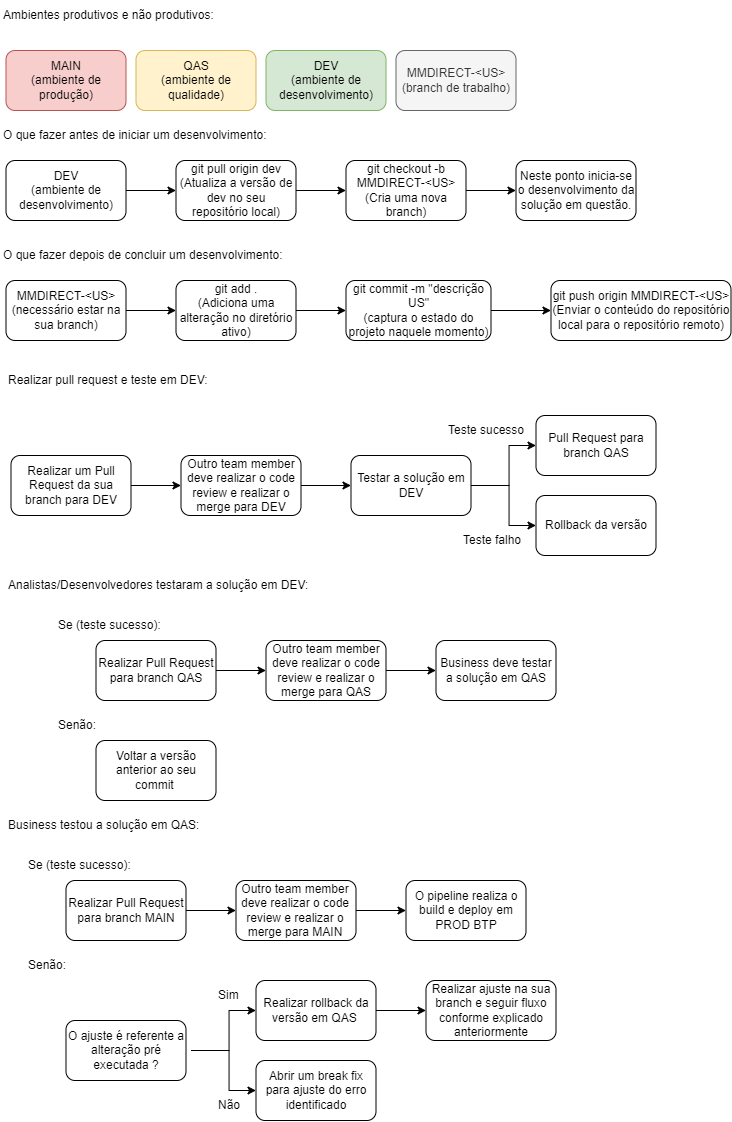
The draw.io diagram Github flow 2.drawio.png in JuRibeiro/github-flow, before a commit. Source tidied: cells renumbered, new cells last; positions are measured from the earlier drawing's top-left corner, leaving out a move shared by most shapes.
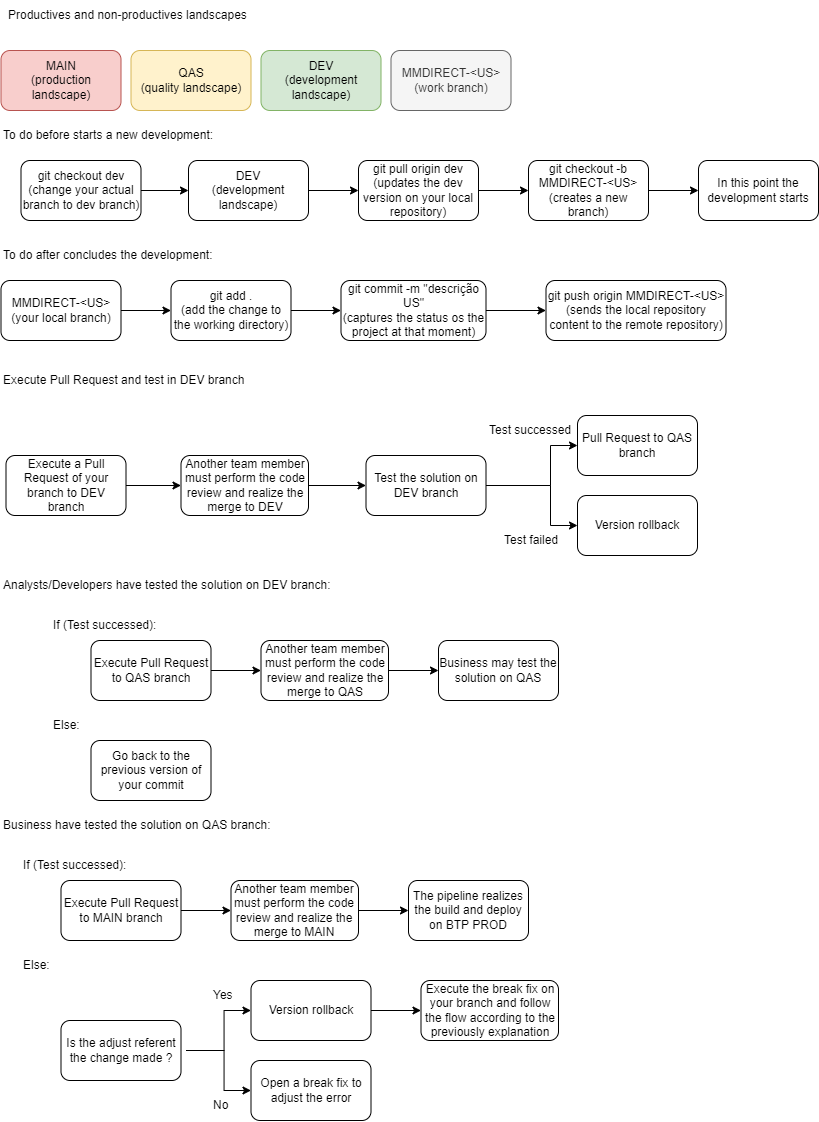
The same file after the commit.

Diff of the diagram source:
```diff
@@ -4,9 +4,9 @@
     <mxCell id="1" parent="0" />
-    <mxCell id="2" value="MAIN&lt;br&gt;(ambiente de produção)" style="rounded=1;whiteSpace=wrap;html=1;fillColor=#f8cecc;strokeColor=#b85450;" parent="1" vertex="1">
+    <mxCell id="2" value="MAIN&lt;br&gt;(production landscape)" style="rounded=1;whiteSpace=wrap;html=1;fillColor=#f8cecc;strokeColor=#b85450;" parent="1" vertex="1">
       <mxGeometry x="4.5" y="50" width="120" height="60" as="geometry" />
     </mxCell>
-    <mxCell id="3" value="QAS&lt;br&gt;(ambiente de qualidade)" style="rounded=1;whiteSpace=wrap;html=1;fillColor=#fff2cc;strokeColor=#d6b656;" parent="1" vertex="1">
+    <mxCell id="3" value="QAS&lt;br&gt;(quality landscape)" style="rounded=1;whiteSpace=wrap;html=1;fillColor=#fff2cc;strokeColor=#d6b656;" parent="1" vertex="1">
       <mxGeometry x="134.5" y="50" width="120" height="60" as="geometry" />
     </mxCell>
-    <mxCell id="4" value="DEV&lt;br&gt;(ambiente de desenvolvimento)" style="rounded=1;whiteSpace=wrap;html=1;fillColor=#d5e8d4;strokeColor=#82b366;" parent="1" vertex="1">
+    <mxCell id="4" value="DEV&lt;br&gt;(development landscape)" style="rounded=1;whiteSpace=wrap;html=1;fillColor=#d5e8d4;strokeColor=#82b366;" parent="1" vertex="1">
       <mxGeometry x="264.5" y="50" width="120" height="60" as="geometry" />
@@ -16,4 +16,4 @@
     </mxCell>
-    <mxCell id="6" value="git pull origin dev&lt;br&gt;(Atualiza a versão de dev no seu repositório local)" style="whiteSpace=wrap;html=1;rounded=1;" parent="1" vertex="1">
-      <mxGeometry x="174.5" y="160" width="120" height="60" as="geometry" />
+    <mxCell id="6" value="git pull origin dev&lt;br&gt;(updates the dev version on your local repository)" style="whiteSpace=wrap;html=1;rounded=1;" parent="1" vertex="1">
+      <mxGeometry x="362" y="160" width="120" height="60" as="geometry" />
     </mxCell>
@@ -22,4 +22,4 @@
     </mxCell>
-    <mxCell id="8" value="DEV&lt;br&gt;(ambiente de desenvolvimento)" style="rounded=1;whiteSpace=wrap;html=1;" parent="1" vertex="1">
-      <mxGeometry x="4.5" y="160" width="120" height="60" as="geometry" />
+    <mxCell id="8" value="DEV&lt;br&gt;(development landscape)" style="rounded=1;whiteSpace=wrap;html=1;" parent="1" vertex="1">
+      <mxGeometry x="192" y="160" width="120" height="60" as="geometry" />
     </mxCell>
@@ -28,16 +28,16 @@
     </mxCell>
-    <mxCell id="10" value="git checkout -b MMDIRECT-&amp;lt;US&amp;gt;&lt;br&gt;(Cria uma nova branch)" style="whiteSpace=wrap;html=1;rounded=1;" parent="1" vertex="1">
-      <mxGeometry x="344.5" y="160" width="120" height="60" as="geometry" />
+    <mxCell id="10" value="git checkout -b MMDIRECT-&amp;lt;US&amp;gt;&lt;br&gt;(creates a new branch)" style="whiteSpace=wrap;html=1;rounded=1;" parent="1" vertex="1">
+      <mxGeometry x="532" y="160" width="120" height="60" as="geometry" />
     </mxCell>
-    <mxCell id="11" value="Neste ponto inicia-se o desenvolvimento da solução em questão." style="whiteSpace=wrap;html=1;rounded=1;" parent="1" vertex="1">
-      <mxGeometry x="514.5" y="160" width="120" height="60" as="geometry" />
+    <mxCell id="11" value="In this point the development starts" style="whiteSpace=wrap;html=1;rounded=1;" parent="1" vertex="1">
+      <mxGeometry x="702" y="160" width="120" height="60" as="geometry" />
     </mxCell>
-    <mxCell id="12" value="Ambientes produtivos e não produtivos:" style="text;html=1;strokeColor=none;fillColor=none;align=left;verticalAlign=middle;whiteSpace=wrap;rounded=0;" parent="1" vertex="1">
-      <mxGeometry x="-0.5" width="230" height="30" as="geometry" />
+    <mxCell id="12" value="Productives and non-productives landscapes" style="text;html=1;strokeColor=none;fillColor=none;align=left;verticalAlign=middle;whiteSpace=wrap;rounded=0;" parent="1" vertex="1">
+      <mxGeometry x="9.5" width="252.5" height="30" as="geometry" />
     </mxCell>
-    <mxCell id="13" value="O que fazer antes de iniciar um desenvolvimento:" style="text;html=1;strokeColor=none;fillColor=none;align=left;verticalAlign=middle;whiteSpace=wrap;rounded=0;" parent="1" vertex="1">
-      <mxGeometry x="-0.5" y="120" width="290" height="30" as="geometry" />
+    <mxCell id="13" value="To do before starts a new development:" style="text;html=1;strokeColor=none;fillColor=none;align=left;verticalAlign=middle;whiteSpace=wrap;rounded=0;" parent="1" vertex="1">
+      <mxGeometry x="4.5" y="120" width="290" height="30" as="geometry" />
     </mxCell>
-    <mxCell id="14" value="O que fazer depois de concluir um desenvolvimento:" style="text;html=1;strokeColor=none;fillColor=none;align=left;verticalAlign=middle;whiteSpace=wrap;rounded=0;" parent="1" vertex="1">
-      <mxGeometry x="-0.5" y="240" width="290" height="30" as="geometry" />
+    <mxCell id="14" value="To do after concludes the development:" style="text;html=1;strokeColor=none;fillColor=none;align=left;verticalAlign=middle;whiteSpace=wrap;rounded=0;" parent="1" vertex="1">
+      <mxGeometry x="4.5" y="240" width="290" height="30" as="geometry" />
     </mxCell>
@@ -46,3 +46,3 @@
     </mxCell>
-    <mxCell id="16" value="git add .&lt;br&gt;(Adiciona uma alteração no diretório ativo)" style="whiteSpace=wrap;html=1;rounded=1;" parent="1" vertex="1">
+    <mxCell id="16" value="git add .&lt;br&gt;(add the change to the working directory)" style="whiteSpace=wrap;html=1;rounded=1;" parent="1" vertex="1">
       <mxGeometry x="174.5" y="280" width="120" height="60" as="geometry" />
@@ -52,3 +52,3 @@
     </mxCell>
-    <mxCell id="18" value="MMDIRECT-&amp;lt;US&amp;gt;&lt;br&gt;(necessário estar na sua branch)" style="rounded=1;whiteSpace=wrap;html=1;" parent="1" vertex="1">
+    <mxCell id="18" value="MMDIRECT-&amp;lt;US&amp;gt;&lt;br&gt;(your local branch)" style="rounded=1;whiteSpace=wrap;html=1;" parent="1" vertex="1">
       <mxGeometry x="4.5" y="280" width="120" height="60" as="geometry" />
@@ -58,6 +58,6 @@
     </mxCell>
-    <mxCell id="20" value="&lt;font style=&quot;font-size: 12px;&quot;&gt;git commit -m &quot;descrição US&quot;&lt;br&gt;(captura o estado do projeto naquele momento)&lt;/font&gt;" style="whiteSpace=wrap;html=1;rounded=1;" parent="1" vertex="1">
+    <mxCell id="20" value="&lt;font style=&quot;font-size: 12px;&quot;&gt;git commit -m &quot;descrição US&quot;&lt;br&gt;(captures the status os the project at that moment)&lt;/font&gt;" style="whiteSpace=wrap;html=1;rounded=1;" parent="1" vertex="1">
       <mxGeometry x="344.5" y="280" width="145" height="60" as="geometry" />
     </mxCell>
-    <mxCell id="21" value="git push origin MMDIRECT-&amp;lt;US&amp;gt;&lt;br&gt;(Enviar o conteúdo do repositório local para o repositório remoto)" style="whiteSpace=wrap;html=1;rounded=1;" parent="1" vertex="1">
+    <mxCell id="21" value="git push origin MMDIRECT-&amp;lt;US&amp;gt;&lt;br&gt;(sends the local repository content to the remote repository)" style="whiteSpace=wrap;html=1;rounded=1;" parent="1" vertex="1">
       <mxGeometry x="549.5" y="280" width="180" height="60" as="geometry" />
@@ -67,4 +67,4 @@
     </mxCell>
-    <mxCell id="23" value="Outro team member deve realizar o code review e realizar o merge para DEV" style="whiteSpace=wrap;html=1;rounded=1;" parent="1" vertex="1">
-      <mxGeometry x="179.5" y="455" width="120" height="60" as="geometry" />
+    <mxCell id="23" value="Another team member must perform the code review and realize the merge to DEV" style="whiteSpace=wrap;html=1;rounded=1;" parent="1" vertex="1">
+      <mxGeometry x="184.5" y="455" width="127.5" height="60" as="geometry" />
     </mxCell>
@@ -73,3 +73,3 @@
     </mxCell>
-    <mxCell id="25" value="Realizar um Pull Request da sua branch para DEV" style="rounded=1;whiteSpace=wrap;html=1;" parent="1" vertex="1">
+    <mxCell id="25" value="Execute a Pull Request of your branch to DEV branch" style="rounded=1;whiteSpace=wrap;html=1;" parent="1" vertex="1">
       <mxGeometry x="9.5" y="455" width="120" height="60" as="geometry" />
@@ -79,4 +79,4 @@
         <Array as="points">
-          <mxPoint x="507.5" y="485" />
-          <mxPoint x="507.5" y="525" />
+          <mxPoint x="554" y="485" />
+          <mxPoint x="554" y="525" />
         </Array>
@@ -84,10 +84,10 @@
     </mxCell>
-    <mxCell id="27" value="Testar a solução em DEV" style="whiteSpace=wrap;html=1;rounded=1;" parent="1" vertex="1">
-      <mxGeometry x="349.5" y="455" width="120" height="60" as="geometry" />
+    <mxCell id="27" value="Test the solution on DEV branch" style="whiteSpace=wrap;html=1;rounded=1;" parent="1" vertex="1">
+      <mxGeometry x="369.5" y="455" width="120" height="60" as="geometry" />
     </mxCell>
-    <mxCell id="28" value="Pull Request para branch QAS" style="whiteSpace=wrap;html=1;rounded=1;" parent="1" vertex="1">
-      <mxGeometry x="534.5" y="415" width="120" height="60" as="geometry" />
+    <mxCell id="28" value="Pull Request to QAS branch" style="whiteSpace=wrap;html=1;rounded=1;" parent="1" vertex="1">
+      <mxGeometry x="581" y="415" width="120" height="60" as="geometry" />
     </mxCell>
-    <mxCell id="29" value="Rollback da versão" style="whiteSpace=wrap;html=1;rounded=1;" parent="1" vertex="1">
-      <mxGeometry x="534.5" y="495" width="120" height="60" as="geometry" />
+    <mxCell id="29" value="Version rollback" style="whiteSpace=wrap;html=1;rounded=1;" parent="1" vertex="1">
+      <mxGeometry x="581" y="495" width="120" height="60" as="geometry" />
     </mxCell>
@@ -95,6 +95,6 @@
       <mxGeometry relative="1" as="geometry">
-        <mxPoint x="534.5" y="445" as="targetPoint" />
+        <mxPoint x="581" y="445" as="targetPoint" />
         <Array as="points">
-          <mxPoint x="507.5" y="485" />
-          <mxPoint x="507.5" y="445" />
+          <mxPoint x="554" y="485" />
+          <mxPoint x="554" y="445" />
         </Array>
@@ -102,15 +102,15 @@
     </mxCell>
-    <mxCell id="31" value="Teste sucesso" style="text;html=1;strokeColor=none;fillColor=none;align=left;verticalAlign=middle;whiteSpace=wrap;rounded=0;" parent="1" vertex="1">
-      <mxGeometry x="444.5" y="415" width="85" height="30" as="geometry" />
+    <mxCell id="31" value="Test successed" style="text;html=1;strokeColor=none;fillColor=none;align=left;verticalAlign=middle;whiteSpace=wrap;rounded=0;" parent="1" vertex="1">
+      <mxGeometry x="491" y="415" width="85" height="30" as="geometry" />
     </mxCell>
-    <mxCell id="32" value="Teste falho" style="text;html=1;strokeColor=none;fillColor=none;align=left;verticalAlign=middle;whiteSpace=wrap;rounded=0;" parent="1" vertex="1">
-      <mxGeometry x="459.5" y="525" width="75" height="30" as="geometry" />
+    <mxCell id="32" value="Test failed" style="text;html=1;strokeColor=none;fillColor=none;align=left;verticalAlign=middle;whiteSpace=wrap;rounded=0;" parent="1" vertex="1">
+      <mxGeometry x="506" y="525" width="75" height="30" as="geometry" />
     </mxCell>
-    <mxCell id="33" value="Realizar pull request e teste em DEV:" style="text;html=1;strokeColor=none;fillColor=none;align=left;verticalAlign=middle;whiteSpace=wrap;rounded=0;" parent="1" vertex="1">
+    <mxCell id="33" value="Execute Pull Request and test in DEV branch" style="text;html=1;strokeColor=none;fillColor=none;align=left;verticalAlign=middle;whiteSpace=wrap;rounded=0;" parent="1" vertex="1">
       <mxGeometry x="4.5" y="365" width="290" height="30" as="geometry" />
     </mxCell>
-    <mxCell id="34" value="Se (teste sucesso):" style="text;html=1;strokeColor=none;fillColor=none;align=left;verticalAlign=middle;whiteSpace=wrap;rounded=0;" parent="1" vertex="1">
+    <mxCell id="34" value="If (Test successed):" style="text;html=1;strokeColor=none;fillColor=none;align=left;verticalAlign=middle;whiteSpace=wrap;rounded=0;" parent="1" vertex="1">
       <mxGeometry x="54.5" y="610" width="290" height="30" as="geometry" />
     </mxCell>
-    <mxCell id="35" value="Senão:" style="text;html=1;strokeColor=none;fillColor=none;align=left;verticalAlign=middle;whiteSpace=wrap;rounded=0;" parent="1" vertex="1">
+    <mxCell id="35" value="Else:" style="text;html=1;strokeColor=none;fillColor=none;align=left;verticalAlign=middle;whiteSpace=wrap;rounded=0;" parent="1" vertex="1">
       <mxGeometry x="54.5" y="710" width="290" height="30" as="geometry" />
@@ -122,3 +122,3 @@
     </mxCell>
-    <mxCell id="37" value="Realizar Pull Request para branch QAS" style="whiteSpace=wrap;html=1;rounded=1;" parent="1" vertex="1">
+    <mxCell id="37" value="Execute Pull Request to QAS branch" style="whiteSpace=wrap;html=1;rounded=1;" parent="1" vertex="1">
       <mxGeometry x="94.5" y="640" width="120" height="60" as="geometry" />
@@ -128,24 +128,24 @@
     </mxCell>
-    <mxCell id="39" value="Outro team member deve realizar o code review e realizar o merge para QAS" style="whiteSpace=wrap;html=1;rounded=1;" parent="1" vertex="1">
-      <mxGeometry x="264.5" y="640" width="120" height="60" as="geometry" />
+    <mxCell id="39" value="Another team member must perform the code review and realize the merge to QAS" style="whiteSpace=wrap;html=1;rounded=1;" parent="1" vertex="1">
+      <mxGeometry x="264.5" y="640" width="127.5" height="60" as="geometry" />
     </mxCell>
-    <mxCell id="40" value="Business deve testar a solução em QAS" style="whiteSpace=wrap;html=1;rounded=1;" parent="1" vertex="1">
-      <mxGeometry x="434.5" y="640" width="120" height="60" as="geometry" />
+    <mxCell id="40" value="Business may test the solution on QAS" style="whiteSpace=wrap;html=1;rounded=1;" parent="1" vertex="1">
+      <mxGeometry x="442" y="640" width="120" height="60" as="geometry" />
     </mxCell>
-    <mxCell id="41" value="Voltar a versão anterior ao seu commit&amp;nbsp;" style="whiteSpace=wrap;html=1;rounded=1;" parent="1" vertex="1">
+    <mxCell id="41" value="Go back to the previous version of your commit" style="whiteSpace=wrap;html=1;rounded=1;" parent="1" vertex="1">
       <mxGeometry x="94.5" y="740" width="120" height="60" as="geometry" />
     </mxCell>
-    <mxCell id="42" value="MMDIRECT-&amp;lt;US&amp;gt;&lt;br&gt;(branch de trabalho)" style="rounded=1;whiteSpace=wrap;html=1;fillColor=#f5f5f5;fontColor=#333333;strokeColor=#666666;" parent="1" vertex="1">
+    <mxCell id="42" value="MMDIRECT-&amp;lt;US&amp;gt;&lt;br&gt;(work branch)" style="rounded=1;whiteSpace=wrap;html=1;fillColor=#f5f5f5;fontColor=#333333;strokeColor=#666666;" parent="1" vertex="1">
       <mxGeometry x="394.5" y="50" width="120" height="60" as="geometry" />
     </mxCell>
-    <mxCell id="43" value="Analistas/Desenvolvedores testaram a solução em DEV:" style="text;html=1;strokeColor=none;fillColor=none;align=left;verticalAlign=middle;whiteSpace=wrap;rounded=0;" parent="1" vertex="1">
-      <mxGeometry x="4.5" y="570" width="320" height="30" as="geometry" />
+    <mxCell id="43" value="Analysts/Developers have tested the solution on DEV branch:" style="text;html=1;strokeColor=none;fillColor=none;align=left;verticalAlign=middle;whiteSpace=wrap;rounded=0;" parent="1" vertex="1">
+      <mxGeometry x="4.5" y="570" width="347.5" height="30" as="geometry" />
     </mxCell>
-    <mxCell id="44" value="Business testou a solução em QAS:" style="text;html=1;strokeColor=none;fillColor=none;align=left;verticalAlign=middle;whiteSpace=wrap;rounded=0;" parent="1" vertex="1">
+    <mxCell id="44" value="Business have tested the solution on QAS branch:" style="text;html=1;strokeColor=none;fillColor=none;align=left;verticalAlign=middle;whiteSpace=wrap;rounded=0;" parent="1" vertex="1">
       <mxGeometry x="4.5" y="810" width="300" height="30" as="geometry" />
     </mxCell>
-    <mxCell id="45" value="Se (teste sucesso):" style="text;html=1;strokeColor=none;fillColor=none;align=left;verticalAlign=middle;whiteSpace=wrap;rounded=0;" parent="1" vertex="1">
-      <mxGeometry x="24.5" y="850" width="290" height="30" as="geometry" />
+    <mxCell id="45" value="If (Test successed):" style="text;html=1;strokeColor=none;fillColor=none;align=left;verticalAlign=middle;whiteSpace=wrap;rounded=0;" parent="1" vertex="1">
+      <mxGeometry x="24.5" y="850" width="317.5" height="30" as="geometry" />
     </mxCell>
-    <mxCell id="46" value="Senão:" style="text;html=1;strokeColor=none;fillColor=none;align=left;verticalAlign=middle;whiteSpace=wrap;rounded=0;" parent="1" vertex="1">
+    <mxCell id="46" value="Else:" style="text;html=1;strokeColor=none;fillColor=none;align=left;verticalAlign=middle;whiteSpace=wrap;rounded=0;" parent="1" vertex="1">
       <mxGeometry x="24.5" y="950" width="290" height="30" as="geometry" />
@@ -157,3 +157,3 @@
     </mxCell>
-    <mxCell id="48" value="Realizar Pull Request para branch MAIN" style="whiteSpace=wrap;html=1;rounded=1;" parent="1" vertex="1">
+    <mxCell id="48" value="Execute Pull Request to MAIN branch" style="whiteSpace=wrap;html=1;rounded=1;" parent="1" vertex="1">
       <mxGeometry x="64.5" y="880" width="120" height="60" as="geometry" />
@@ -163,9 +163,9 @@
     </mxCell>
-    <mxCell id="50" value="Outro team member deve realizar o code review e realizar o merge para MAIN" style="whiteSpace=wrap;html=1;rounded=1;" parent="1" vertex="1">
-      <mxGeometry x="234.5" y="880" width="120" height="60" as="geometry" />
+    <mxCell id="50" value="Another team member must perform the code review and realize the merge to MAIN" style="whiteSpace=wrap;html=1;rounded=1;" parent="1" vertex="1">
+      <mxGeometry x="234.5" y="880" width="127.5" height="60" as="geometry" />
     </mxCell>
-    <mxCell id="51" value="O pipeline realiza o build e deploy em PROD BTP" style="whiteSpace=wrap;html=1;rounded=1;" parent="1" vertex="1">
-      <mxGeometry x="404.5" y="880" width="120" height="60" as="geometry" />
+    <mxCell id="51" value="The pipeline realizes the build and deploy on BTP PROD" style="whiteSpace=wrap;html=1;rounded=1;" parent="1" vertex="1">
+      <mxGeometry x="412" y="880" width="120" height="60" as="geometry" />
     </mxCell>
-    <mxCell id="52" value="O ajuste é referente a alteração pré executada ?" style="whiteSpace=wrap;html=1;rounded=1;" parent="1" vertex="1">
+    <mxCell id="52" value="Is the adjust referent the change made ?" style="whiteSpace=wrap;html=1;rounded=1;" parent="1" vertex="1">
       <mxGeometry x="64.5" y="1020" width="120" height="60" as="geometry" />
@@ -184,6 +184,6 @@
     </mxCell>
-    <mxCell id="55" value="Realizar rollback da versão em QAS&amp;nbsp;" style="whiteSpace=wrap;html=1;rounded=1;" parent="1" vertex="1">
+    <mxCell id="55" value="Version rollback" style="whiteSpace=wrap;html=1;rounded=1;" parent="1" vertex="1">
       <mxGeometry x="254.5" y="980" width="120" height="60" as="geometry" />
     </mxCell>
-    <mxCell id="56" value="Abrir um break fix para ajuste do erro identificado" style="whiteSpace=wrap;html=1;rounded=1;" parent="1" vertex="1">
+    <mxCell id="56" value="Open a break fix to adjust the error" style="whiteSpace=wrap;html=1;rounded=1;" parent="1" vertex="1">
       <mxGeometry x="254.5" y="1060" width="120" height="60" as="geometry" />
@@ -200,11 +200,17 @@
     </mxCell>
-    <mxCell id="58" value="Sim" style="text;html=1;strokeColor=none;fillColor=none;align=left;verticalAlign=middle;whiteSpace=wrap;rounded=0;" parent="1" vertex="1">
+    <mxCell id="58" value="Yes" style="text;html=1;strokeColor=none;fillColor=none;align=left;verticalAlign=middle;whiteSpace=wrap;rounded=0;" parent="1" vertex="1">
       <mxGeometry x="214.5" y="980" width="30" height="30" as="geometry" />
     </mxCell>
-    <mxCell id="59" value="Não" style="text;html=1;strokeColor=none;fillColor=none;align=left;verticalAlign=middle;whiteSpace=wrap;rounded=0;" parent="1" vertex="1">
+    <mxCell id="59" value="No" style="text;html=1;strokeColor=none;fillColor=none;align=left;verticalAlign=middle;whiteSpace=wrap;rounded=0;" parent="1" vertex="1">
       <mxGeometry x="214.5" y="1090" width="35" height="30" as="geometry" />
     </mxCell>
-    <mxCell id="60" value="Realizar ajuste na sua branch e seguir fluxo conforme explicado anteriormente" style="whiteSpace=wrap;html=1;rounded=1;" parent="1" vertex="1">
-      <mxGeometry x="424.5" y="980" width="130" height="60" as="geometry" />
+    <mxCell id="60" value="Execute the break fix on your branch and follow the flow according to the previously explanation" style="whiteSpace=wrap;html=1;rounded=1;" parent="1" vertex="1">
+      <mxGeometry x="424.5" y="980" width="137.5" height="60" as="geometry" />
     </mxCell>
+    <mxCell id="61" style="edgeStyle=orthogonalEdgeStyle;rounded=0;jettySize=auto;html=1;" parent="1" edge="1" source="62" target="8">
+      <mxGeometry relative="1" as="geometry" />
+    </mxCell>
+    <mxCell id="62" value="git checkout dev&lt;br&gt;(change your actual branch to dev branch)" style="rounded=1;whiteSpace=wrap;html=1;" parent="1" vertex="1">
+      <mxGeometry x="24.5" y="160" width="120" height="60" as="geometry" />
+    </mxCell>
   </root>
```
